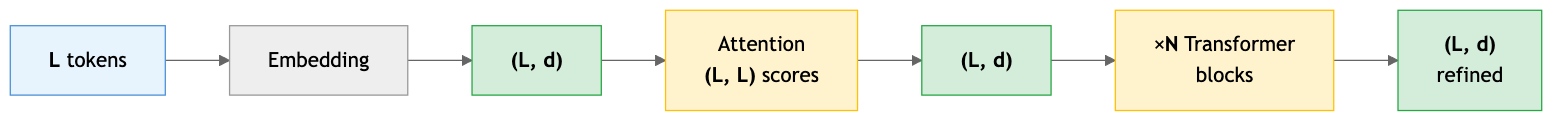
The Mermaid diagram assets/img/teaching/protein-ai/mermaid/s26-04-transformers-gnns_diagram_4.png in sungsoo-ahn/sungsoo-ahn.github.io, before a commit. Its source is kept beside it as assets/img/teaching/protein-ai/mermaid/s26-04-transformers-gnns_diagram_4.mmd.
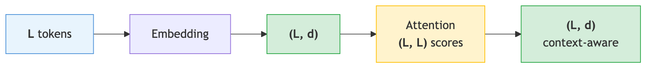
Above is the later version.

Change to the diagram source:
```diff
@@ -2,13 +2,9 @@
     A["<b>L</b> tokens"] --> B["Embedding"]
     B --> C["<b>(L, d)</b>"]
     C --> D["Attention<br/><b>(L, L)</b> scores"]
-    D --> E["<b>(L, d)</b>"]
-    E --> F["×<b>N</b> Transformer<br/>blocks"]
-    F --> G["<b>(L, d)</b><br/>refined"]
+    D --> E["<b>(L, d)</b><br/>context-aware"]
 
     style A fill:#e8f4fd,stroke:#4a90d9
     style C fill:#d4edda,stroke:#28a745
     style E fill:#d4edda,stroke:#28a745
-    style G fill:#d4edda,stroke:#28a745
     style D fill:#fff3cd,stroke:#ffc107
-    style F fill:#fff3cd,stroke:#ffc107
```
